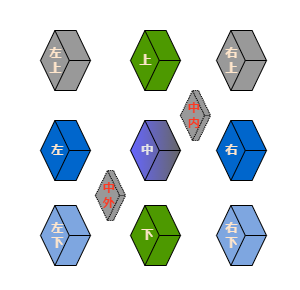
The draw.io diagram docs/ustc/2025-02/images/zi-matrix-CHN.png in digital-duck/zinets, before a commit. Source tidied: cells renumbered, new cells last; positions are measured from the earlier drawing's top-left corner, leaving out a move shared by most shapes.
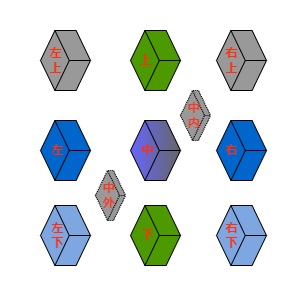
The same file after the commit.

What changed in the source:
```diff
@@ -5,31 +5,31 @@
     <mxCell id="2" style="rounded=0;whiteSpace=wrap;html=1;strokeColor=none;" parent="1" vertex="1">
       <mxGeometry width="300" height="290" as="geometry" />
     </mxCell>
-    <mxCell id="3" value="&lt;font color=&quot;#e6e6e6&quot;&gt;&lt;b&gt;中&amp;nbsp; &amp;nbsp; &amp;nbsp;&lt;/b&gt;&lt;/font&gt;" style="html=1;shape=mxgraph.basic.isocube;isoAngle=15;direction=north;fillColor=#6666FF;gradientColor=#666666;" parent="1" vertex="1">
+    <mxCell id="3" value="&lt;b style=&quot;&quot;&gt;&lt;font color=&quot;#ff2f0f&quot;&gt;中&amp;nbsp; &amp;nbsp; &amp;nbsp;&lt;/font&gt;&lt;/b&gt;" style="html=1;shape=mxgraph.basic.isocube;isoAngle=15;direction=north;fillColor=#6666FF;gradientColor=#666666;" parent="1" vertex="1">
       <mxGeometry x="130" y="120" width="50" height="60" as="geometry" />
     </mxCell>
-    <mxCell id="4" value="&lt;font color=&quot;#ffe6cc&quot;&gt;&lt;b&gt;右&amp;nbsp; &amp;nbsp; &amp;nbsp;&amp;nbsp;&lt;/b&gt;&lt;/font&gt;" style="html=1;shape=mxgraph.basic.isocube;isoAngle=15;direction=north;fillColor=#0066CC;" parent="1" vertex="1">
+    <mxCell id="4" value="&lt;b style=&quot;&quot;&gt;&lt;font color=&quot;#ff2f0f&quot;&gt;右&amp;nbsp; &amp;nbsp; &amp;nbsp;&amp;nbsp;&lt;/font&gt;&lt;/b&gt;" style="html=1;shape=mxgraph.basic.isocube;isoAngle=15;direction=north;fillColor=#0066CC;" parent="1" vertex="1">
       <mxGeometry x="216" y="120" width="50" height="60" as="geometry" />
     </mxCell>
-    <mxCell id="5" value="&lt;font color=&quot;#ffe6cc&quot;&gt;&lt;b&gt;左&amp;nbsp; &amp;nbsp; &amp;nbsp;&lt;/b&gt;&lt;/font&gt;" style="html=1;shape=mxgraph.basic.isocube;isoAngle=15;direction=north;fillColor=#0066CC;" parent="1" vertex="1">
+    <mxCell id="5" value="&lt;b style=&quot;&quot;&gt;&lt;font color=&quot;#ff2f0f&quot;&gt;左&amp;nbsp; &amp;nbsp; &amp;nbsp;&lt;/font&gt;&lt;/b&gt;" style="html=1;shape=mxgraph.basic.isocube;isoAngle=15;direction=north;fillColor=#0066CC;" parent="1" vertex="1">
       <mxGeometry x="40" y="120" width="50" height="60" as="geometry" />
     </mxCell>
-    <mxCell id="6" value="&lt;font color=&quot;#ffe6cc&quot;&gt;&lt;b&gt;上&amp;nbsp; &amp;nbsp; &amp;nbsp;&amp;nbsp;&lt;/b&gt;&lt;/font&gt;" style="html=1;shape=mxgraph.basic.isocube;isoAngle=15;direction=north;fillColor=#4D9900;" parent="1" vertex="1">
+    <mxCell id="6" value="&lt;b style=&quot;&quot;&gt;&lt;font color=&quot;#ff2f0f&quot;&gt;上&amp;nbsp; &amp;nbsp; &amp;nbsp;&amp;nbsp;&lt;/font&gt;&lt;/b&gt;" style="html=1;shape=mxgraph.basic.isocube;isoAngle=15;direction=north;fillColor=#4D9900;" parent="1" vertex="1">
       <mxGeometry x="130" y="30" width="50" height="60" as="geometry" />
     </mxCell>
-    <mxCell id="7" value="&lt;font color=&quot;#ffe6cc&quot;&gt;&lt;b&gt;下&amp;nbsp; &amp;nbsp; &amp;nbsp;&lt;/b&gt;&lt;/font&gt;" style="html=1;shape=mxgraph.basic.isocube;isoAngle=15;direction=north;fillColor=#4D9900;" parent="1" vertex="1">
+    <mxCell id="7" value="&lt;b style=&quot;&quot;&gt;&lt;font color=&quot;#ff2f0f&quot;&gt;下&amp;nbsp; &amp;nbsp; &amp;nbsp;&lt;/font&gt;&lt;/b&gt;" style="html=1;shape=mxgraph.basic.isocube;isoAngle=15;direction=north;fillColor=#4D9900;" parent="1" vertex="1">
       <mxGeometry x="130" y="205" width="50" height="60" as="geometry" />
     </mxCell>
-    <mxCell id="8" value="&lt;font color=&quot;#ffe6cc&quot;&gt;&lt;b&gt;右&amp;nbsp; &amp;nbsp; &amp;nbsp;&amp;nbsp;&lt;/b&gt;&lt;/font&gt;&lt;div&gt;&lt;font color=&quot;#ffe6cc&quot;&gt;&lt;b&gt;上&amp;nbsp; &amp;nbsp; &amp;nbsp;&amp;nbsp;&lt;/b&gt;&lt;/font&gt;&lt;br&gt;&lt;/div&gt;" style="html=1;shape=mxgraph.basic.isocube;isoAngle=15;direction=north;fillColor=#999999;" parent="1" vertex="1">
+    <mxCell id="8" value="&lt;b style=&quot;&quot;&gt;&lt;font color=&quot;#ff2f0f&quot;&gt;右&amp;nbsp; &amp;nbsp; &amp;nbsp;&amp;nbsp;&lt;/font&gt;&lt;/b&gt;&lt;div&gt;&lt;b style=&quot;&quot;&gt;&lt;font color=&quot;#ff2f0f&quot;&gt;上&amp;nbsp; &amp;nbsp; &amp;nbsp;&amp;nbsp;&lt;/font&gt;&lt;/b&gt;&lt;br&gt;&lt;/div&gt;" style="html=1;shape=mxgraph.basic.isocube;isoAngle=15;direction=north;fillColor=#999999;" parent="1" vertex="1">
       <mxGeometry x="216" y="30" width="50" height="60" as="geometry" />
     </mxCell>
-    <mxCell id="9" value="&lt;font color=&quot;#ffe6cc&quot;&gt;&lt;b&gt;右&amp;nbsp; &amp;nbsp; &amp;nbsp;&amp;nbsp;&lt;/b&gt;&lt;/font&gt;&lt;div&gt;&lt;font color=&quot;#ffe6cc&quot;&gt;&lt;b&gt;下&lt;/b&gt;&amp;nbsp; &amp;nbsp; &amp;nbsp;&amp;nbsp;&lt;/font&gt;&lt;br&gt;&lt;/div&gt;" style="html=1;shape=mxgraph.basic.isocube;isoAngle=15;direction=north;fillColor=#7EA6E0;" parent="1" vertex="1">
+    <mxCell id="9" value="&lt;b style=&quot;&quot;&gt;&lt;font color=&quot;#ff2f0f&quot;&gt;右&amp;nbsp; &amp;nbsp; &amp;nbsp;&amp;nbsp;&lt;/font&gt;&lt;/b&gt;&lt;div&gt;&lt;font color=&quot;#ff2f0f&quot;&gt;&lt;b style=&quot;&quot;&gt;下&lt;/b&gt;&amp;nbsp; &amp;nbsp; &amp;nbsp;&amp;nbsp;&lt;/font&gt;&lt;br&gt;&lt;/div&gt;" style="html=1;shape=mxgraph.basic.isocube;isoAngle=15;direction=north;fillColor=#7EA6E0;" parent="1" vertex="1">
       <mxGeometry x="216" y="205" width="50" height="60" as="geometry" />
     </mxCell>
-    <mxCell id="10" value="&lt;font color=&quot;#ffe6cc&quot;&gt;&lt;b&gt;左&amp;nbsp; &amp;nbsp; &amp;nbsp;&lt;/b&gt;&lt;/font&gt;&lt;div&gt;&lt;font color=&quot;#ffe6cc&quot;&gt;&lt;b&gt;下&amp;nbsp; &amp;nbsp; &amp;nbsp;&lt;/b&gt;&lt;/font&gt;&lt;/div&gt;" style="html=1;shape=mxgraph.basic.isocube;isoAngle=15;direction=north;fillColor=#7EA6E0;" parent="1" vertex="1">
+    <mxCell id="10" value="&lt;b style=&quot;&quot;&gt;&lt;font color=&quot;#ff2f0f&quot;&gt;左&amp;nbsp; &amp;nbsp; &amp;nbsp;&lt;/font&gt;&lt;/b&gt;&lt;div&gt;&lt;b style=&quot;&quot;&gt;&lt;font color=&quot;#ff2f0f&quot;&gt;下&amp;nbsp; &amp;nbsp; &amp;nbsp;&lt;/font&gt;&lt;/b&gt;&lt;/div&gt;" style="html=1;shape=mxgraph.basic.isocube;isoAngle=15;direction=north;fillColor=#7EA6E0;" parent="1" vertex="1">
       <mxGeometry x="40" y="205" width="50" height="60" as="geometry" />
     </mxCell>
-    <mxCell id="11" value="&lt;font color=&quot;#ffe6cc&quot;&gt;&lt;b&gt;左&amp;nbsp; &amp;nbsp; &amp;nbsp;&amp;nbsp;&lt;/b&gt;&lt;/font&gt;&lt;div&gt;&lt;font color=&quot;#ffe6cc&quot;&gt;&lt;b&gt;上&amp;nbsp;&lt;/b&gt; &amp;nbsp; &amp;nbsp;&amp;nbsp;&lt;/font&gt;&lt;br&gt;&lt;/div&gt;" style="html=1;shape=mxgraph.basic.isocube;isoAngle=15;direction=north;fillColor=#999999;" parent="1" vertex="1">
+    <mxCell id="11" value="&lt;b style=&quot;&quot;&gt;&lt;font color=&quot;#ff2f0f&quot;&gt;左&amp;nbsp; &amp;nbsp; &amp;nbsp;&amp;nbsp;&lt;/font&gt;&lt;/b&gt;&lt;div&gt;&lt;font color=&quot;#ff2f0f&quot;&gt;&lt;b style=&quot;&quot;&gt;上&amp;nbsp;&lt;/b&gt; &amp;nbsp; &amp;nbsp;&amp;nbsp;&lt;/font&gt;&lt;br&gt;&lt;/div&gt;" style="html=1;shape=mxgraph.basic.isocube;isoAngle=15;direction=north;fillColor=#999999;" parent="1" vertex="1">
       <mxGeometry x="40" y="30" width="50" height="60" as="geometry" />
     </mxCell>
     <mxCell id="12" value="&lt;font color=&quot;#ff3721&quot;&gt;&lt;b&gt;中&amp;nbsp;&lt;/b&gt;&lt;/font&gt;&lt;div&gt;&lt;font color=&quot;#ff3721&quot;&gt;&lt;b&gt;外&amp;nbsp;&lt;/b&gt;&lt;/font&gt;&lt;/div&gt;" style="html=1;shape=mxgraph.basic.isocube;isoAngle=15;direction=north;fillColor=#999999;dashed=1;dashPattern=1 1;" parent="1" vertex="1">
```
